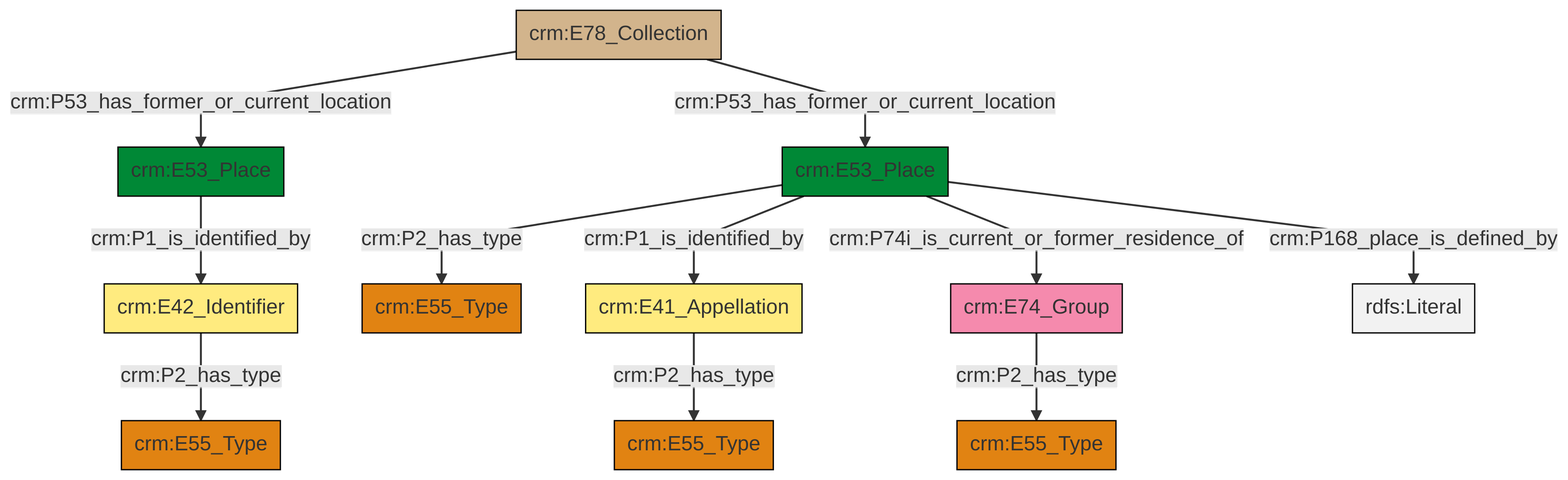
Earlier version of the Mermaid export et/archivalCSV/ttl/mmd/png/archival_location.png (swiss-art-research-net/docs.swissartresearch). Its source is kept beside it as et/archivalCSV/ttl/mmd/archival_location.ttl.mmd. Source of this version:
```mermaid
graph TD
classDef Literal fill:#f2f2f2,stroke:#000000;
classDef CRM_Entity fill:#FFFFFF,stroke:#000000;
classDef Temporal_Entity fill:#00C9E6, stroke:#000000;
classDef Type fill:#E18312, stroke:#000000;
classDef Time-Span fill:#2C9C91, stroke:#000000;
classDef Appellation fill:#FFEB7F, stroke:#000000;
classDef Place fill:#008836, stroke:#000000;
classDef Persistent_Item fill:#B266B2, stroke:#000000;
classDef Conceptual_Object fill:#FFD700, stroke:#000000;
classDef Physical_Thing fill:#D2B48C, stroke:#000000;
classDef Actor fill:#f58aad, stroke:#000000;
classDef PC_Classes fill:#4ce600, stroke:#000000;
classDef Multi fill:#cccccc,stroke:#000000;

0["crm:E53_Place"]:::Place -->|crm:P2_has_type| 1["crm:E55_Type"]:::Type
13["crm:E78_Collection"]:::Physical_Thing -->|crm:P53_has_former_or_current_location| 2["crm:E53_Place"]:::Place
11["crm:E41_Appellation"]:::Appellation -->|crm:P2_has_type| 7["crm:E55_Type"]:::Type
0["crm:E53_Place"]:::Place -->|crm:P1_is_identified_by| 11["crm:E41_Appellation"]:::Appellation
0["crm:E53_Place"]:::Place -->|crm:P74i_is_current_or_former_residence_of| 16["crm:E74_Group"]:::Actor
2["crm:E53_Place"]:::Place -->|crm:P1_is_identified_by| 19["crm:E42_Identifier"]:::Appellation
0["crm:E53_Place"]:::Place -->|crm:P168_place_is_defined_by| 21[rdfs:Literal]:::Literal
19["crm:E42_Identifier"]:::Appellation -->|crm:P2_has_type| 22["crm:E55_Type"]:::Type
13["crm:E78_Collection"]:::Physical_Thing -->|crm:P53_has_former_or_current_location| 0["crm:E53_Place"]:::Place
16["crm:E74_Group"]:::Actor -->|crm:P2_has_type| 5["crm:E55_Type"]:::Type
```
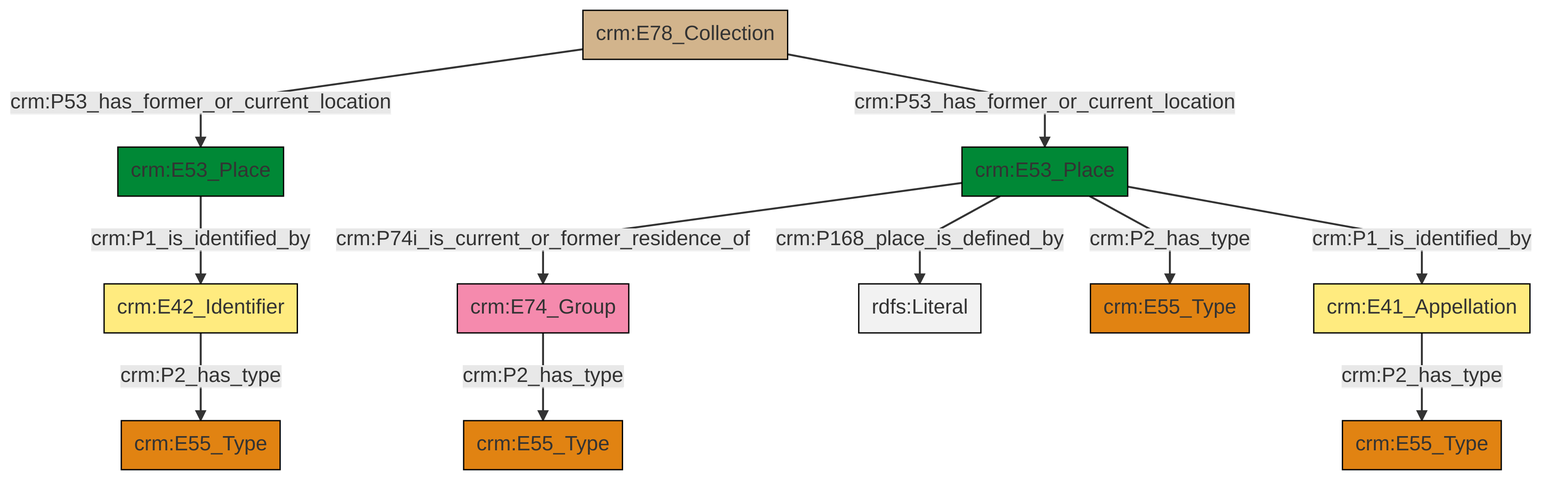
The same diagram one commit later.

Change to the diagram source:
```diff
@@ -13,13 +13,13 @@
 classDef PC_Classes fill:#4ce600, stroke:#000000;
 classDef Multi fill:#cccccc,stroke:#000000;
 
-0["crm:E53_Place"]:::Place -->|crm:P2_has_type| 1["crm:E55_Type"]:::Type
-13["crm:E78_Collection"]:::Physical_Thing -->|crm:P53_has_former_or_current_location| 2["crm:E53_Place"]:::Place
-11["crm:E41_Appellation"]:::Appellation -->|crm:P2_has_type| 7["crm:E55_Type"]:::Type
-0["crm:E53_Place"]:::Place -->|crm:P1_is_identified_by| 11["crm:E41_Appellation"]:::Appellation
-0["crm:E53_Place"]:::Place -->|crm:P74i_is_current_or_former_residence_of| 16["crm:E74_Group"]:::Actor
-2["crm:E53_Place"]:::Place -->|crm:P1_is_identified_by| 19["crm:E42_Identifier"]:::Appellation
-0["crm:E53_Place"]:::Place -->|crm:P168_place_is_defined_by| 21[rdfs:Literal]:::Literal
-19["crm:E42_Identifier"]:::Appellation -->|crm:P2_has_type| 22["crm:E55_Type"]:::Type
-13["crm:E78_Collection"]:::Physical_Thing -->|crm:P53_has_former_or_current_location| 0["crm:E53_Place"]:::Place
-16["crm:E74_Group"]:::Actor -->|crm:P2_has_type| 5["crm:E55_Type"]:::Type
+6["crm:E53_Place"]:::Place -->|crm:P74i_is_current_or_former_residence_of| 7["crm:E74_Group"]:::Actor
+6["crm:E53_Place"]:::Place -->|crm:P168_place_is_defined_by| 11[rdfs:Literal]:::Literal
+6["crm:E53_Place"]:::Place -->|crm:P2_has_type| 0["crm:E55_Type"]:::Type
+12["crm:E41_Appellation"]:::Appellation -->|crm:P2_has_type| 13["crm:E55_Type"]:::Type
+8["crm:E78_Collection"]:::Physical_Thing -->|crm:P53_has_former_or_current_location| 2["crm:E53_Place"]:::Place
+15["crm:E42_Identifier"]:::Appellation -->|crm:P2_has_type| 18["crm:E55_Type"]:::Type
+8["crm:E78_Collection"]:::Physical_Thing -->|crm:P53_has_former_or_current_location| 6["crm:E53_Place"]:::Place
+7["crm:E74_Group"]:::Actor -->|crm:P2_has_type| 4["crm:E55_Type"]:::Type
+2["crm:E53_Place"]:::Place -->|crm:P1_is_identified_by| 15["crm:E42_Identifier"]:::Appellation
+6["crm:E53_Place"]:::Place -->|crm:P1_is_identified_by| 12["crm:E41_Appellation"]:::Appellation
```
